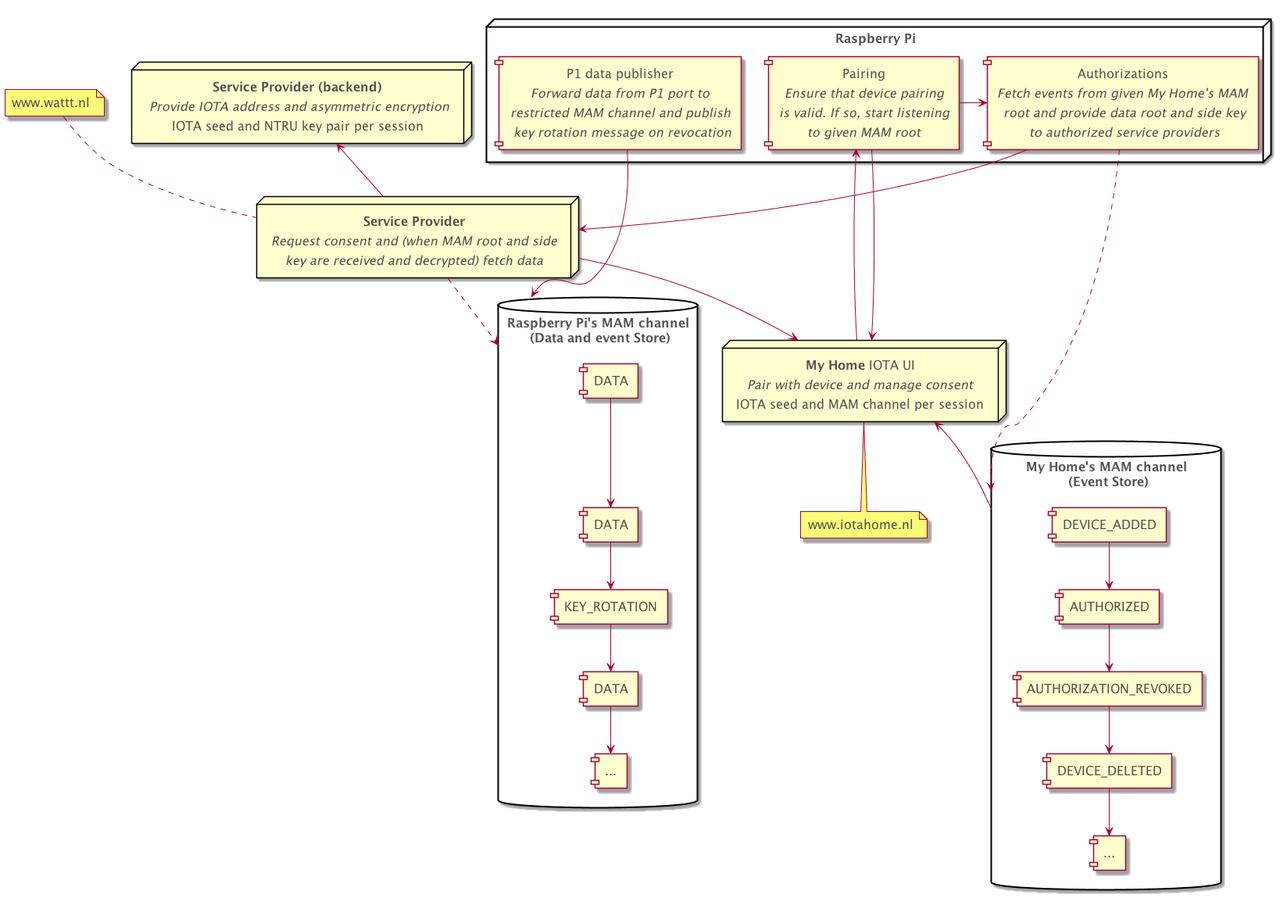
The PlantUML diagram docs/assets/component-diagram.png in alliander-opensource/decentralized-auth, before a commit.
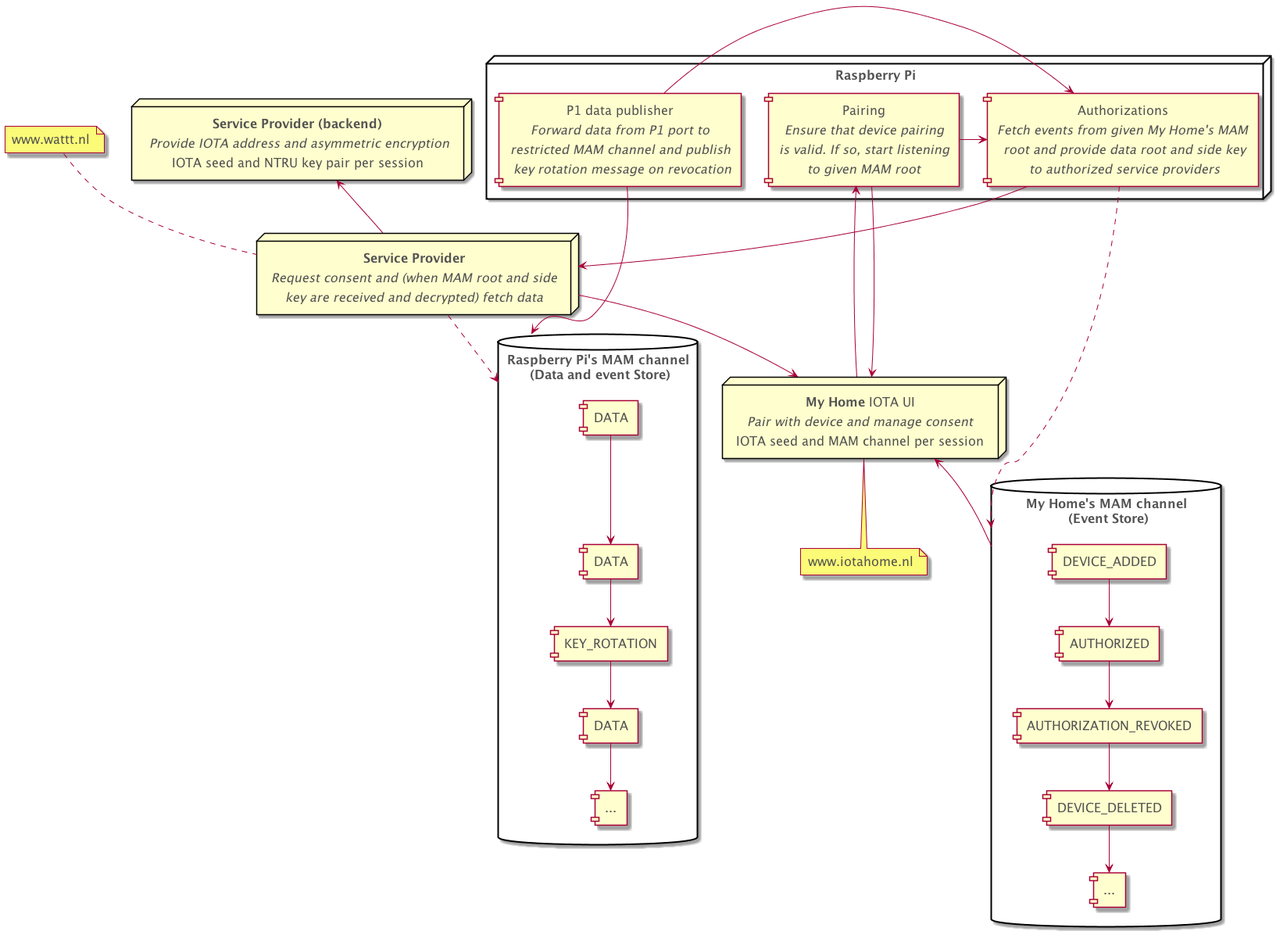
Above is the later version.

Commit message:
doc: authorizations is connected with p1

Change to the diagram source:
```diff
@@ -12,9 +12,10 @@
 
 node "**Raspberry Pi**" {
   [P1 data publisher\n//Forward data from P1 port to//\n //restricted MAM channel and publish//\n// key rotation message on revocation//] as device
-   [Authorizations\n//Fetch events from given My Home's MAM//\n// root and provide data root and side key//\n// to authorized service providers//] as device_auth_module
-   [Pairing\n//Ensure that device pairing//\n//is valid. If so, start listening//\n//to given MAM root//] as device_pairing_module
-   device_auth_module <- device_pairing_module
+  [Authorizations\n//Fetch events from given My Home's MAM//\n// root and provide data root and side key//\n// to authorized service providers//] as device_auth_module
+  [Pairing\n//Ensure that device pairing//\n//is valid. If so, start listening//\n//to given MAM root//] as device_pairing_module
+  device_auth_module <- device_pairing_module
+  device_auth_module <- device
 }
 
 node "**Service Provider (backend)**\n // Provide IOTA address and asymmetric encryption//\nIOTA seed and NTRU key pair per session" as service_provider_backend
```
